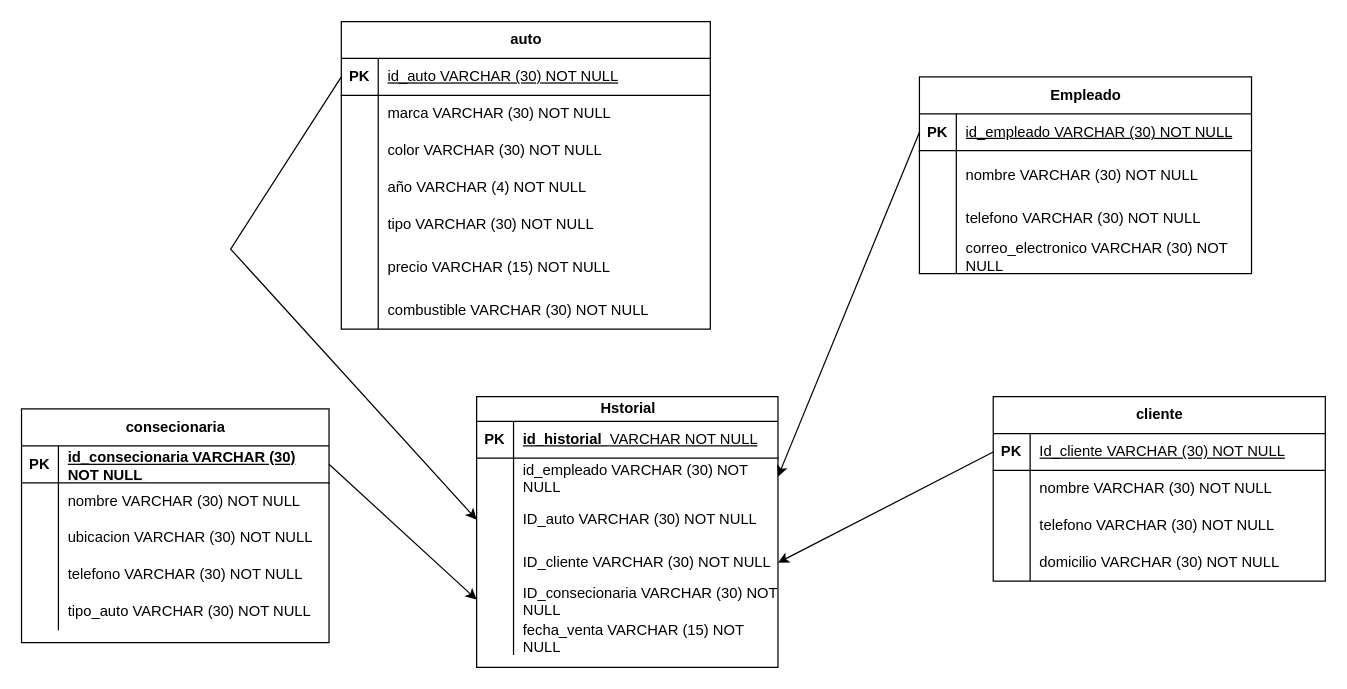
The draw.io diagram page "Página-2" (2 of 2) of diagrama/consencionaria.drawio in GerardoNR/fbd-gerardo-reyes, before the edit. Source tidied: cells renumbered, new cells numbered last; positions are measured from the earlier drawing's top-left corner, leaving out a move shared by most shapes. Both pictures are drawn from the tidied source at 123%, with x=0, y=0 at pixel (21, 21).
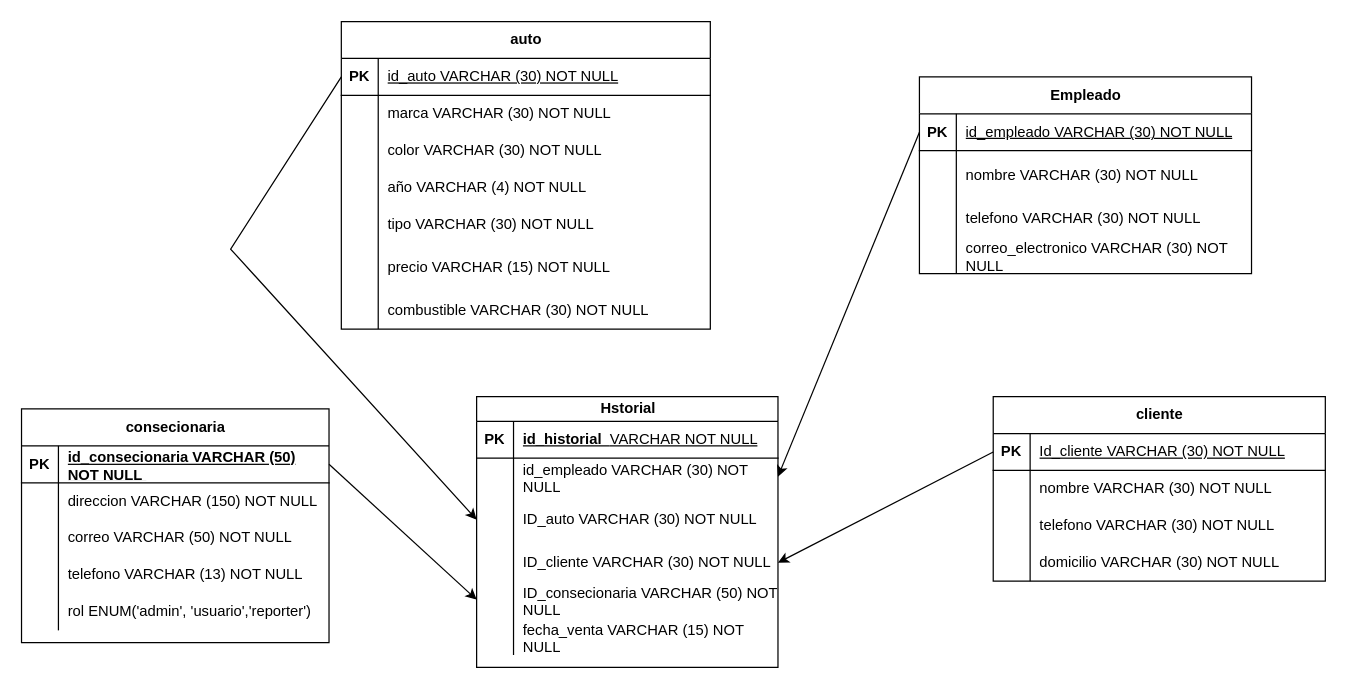
The same diagram, later.

Unchanged cells that the change refers to:
```xml
<mxCell id="63" style="shape=tableRow;horizontal=0;startSize=0;swimlaneHead=0;swimlaneBody=0;fillColor=none;points=[[0,0.5],[1,0.5]];portConstraint=eastwest;top=0;left=0;right=0;bottom=0;" parent="50" vertex="1">
  <mxGeometry y="150" width="245" height="30" as="geometry" />
</mxCell>
<mxCell id="73" style="shape=tableRow;horizontal=0;startSize=0;swimlaneHead=0;swimlaneBody=0;fillColor=none;points=[[0,0.5],[1,0.5]];portConstraint=eastwest;top=0;left=0;right=0;bottom=1;" parent="72" vertex="1">
  <mxGeometry y="30" width="250" height="30" as="geometry" />
</mxCell>
<mxCell id="76" style="shape=tableRow;horizontal=0;startSize=0;swimlaneHead=0;swimlaneBody=0;fillColor=none;top=0;left=0;right=0;bottom=0;" parent="72" vertex="1">
  <mxGeometry y="60" width="250" height="30" as="geometry" />
</mxCell>
<mxCell id="79" style="shape=tableRow;horizontal=0;startSize=0;swimlaneHead=0;swimlaneBody=0;fillColor=none;top=0;left=0;right=0;bottom=0;" parent="72" vertex="1">
  <mxGeometry y="90" width="250" height="30" as="geometry" />
</mxCell>
<mxCell id="82" style="shape=tableRow;horizontal=0;startSize=0;swimlaneHead=0;swimlaneBody=0;fillColor=none;top=0;left=0;right=0;bottom=0;" parent="72" vertex="1">
  <mxGeometry y="120" width="250" height="30" as="geometry" />
</mxCell>
<mxCell id="85" style="shape=tableRow;horizontal=0;startSize=0;swimlaneHead=0;swimlaneBody=0;fillColor=none;top=0;left=0;right=0;bottom=0;" parent="72" vertex="1">
  <mxGeometry y="150" width="250" height="30" as="geometry" />
</mxCell>
```

Change to the diagram source:
```diff
@@
-    <mxCell id="65" value="ID_consecionaria VARCHAR (30) NOT NULL" style="shape=partialRectangle;fillColor=none;top=0;left=0;bottom=0;right=0;align=left;spacingLeft=6;overflow=hidden;whiteSpace=wrap;html=1;" parent="63" vertex="1">
+    <mxCell id="65" value="ID_consecionaria VARCHAR (50) NOT NULL" style="shape=partialRectangle;fillColor=none;top=0;left=0;bottom=0;right=0;align=left;spacingLeft=6;overflow=hidden;whiteSpace=wrap;html=1;" parent="63" vertex="1">
       <mxGeometry x="30" width="215" height="30" as="geometry" />
     </mxCell>
@@
-    <mxCell id="75" value="id_consecionaria VARCHAR (30) NOT NULL&amp;nbsp;" style="shape=partialRectangle;fillColor=none;top=0;left=0;bottom=0;right=0;align=left;spacingLeft=6;fontStyle=5;overflow=hidden;whiteSpace=wrap;html=1;" parent="73" vertex="1">
+    <mxCell id="75" value="id_consecionaria VARCHAR (50) NOT NULL&amp;nbsp;" style="shape=partialRectangle;fillColor=none;top=0;left=0;bottom=0;right=0;align=left;spacingLeft=6;fontStyle=5;overflow=hidden;whiteSpace=wrap;html=1;" parent="73" vertex="1">
       <mxGeometry x="30" width="220" height="30" as="geometry" />
     </mxCell>
@@
-    <mxCell id="78" value="nombre VARCHAR (30) NOT NULL" style="shape=partialRectangle;fillColor=none;top=0;left=0;bottom=0;right=0;align=left;spacingLeft=6;overflow=hidden;whiteSpace=wrap;html=1;" parent="76" vertex="1">
+    <mxCell id="78" value="direccion VARCHAR (150) NOT NULL" style="shape=partialRectangle;fillColor=none;top=0;left=0;bottom=0;right=0;align=left;spacingLeft=6;overflow=hidden;whiteSpace=wrap;html=1;" parent="76" vertex="1">
       <mxGeometry x="30" width="220" height="30" as="geometry" />
     </mxCell>
@@
-    <mxCell id="81" value="ubicacion VARCHAR (30) NOT NULL" style="shape=partialRectangle;fillColor=none;top=0;left=0;bottom=0;right=0;align=left;spacingLeft=6;overflow=hidden;whiteSpace=wrap;html=1;" parent="79" vertex="1">
+    <mxCell id="81" value="correo VARCHAR (50) NOT NULL" style="shape=partialRectangle;fillColor=none;top=0;left=0;bottom=0;right=0;align=left;spacingLeft=6;overflow=hidden;whiteSpace=wrap;html=1;" parent="79" vertex="1">
       <mxGeometry x="30" width="220" height="30" as="geometry" />
     </mxCell>
@@
-    <mxCell id="84" value="telefono VARCHAR (30) NOT NULL" style="shape=partialRectangle;fillColor=none;top=0;left=0;bottom=0;right=0;align=left;spacingLeft=6;overflow=hidden;whiteSpace=wrap;html=1;" parent="82" vertex="1">
+    <mxCell id="84" value="telefono VARCHAR (13) NOT NULL" style="shape=partialRectangle;fillColor=none;top=0;left=0;bottom=0;right=0;align=left;spacingLeft=6;overflow=hidden;whiteSpace=wrap;html=1;" parent="82" vertex="1">
       <mxGeometry x="30" width="220" height="30" as="geometry" />
     </mxCell>
@@
-    <mxCell id="87" value="tipo_auto VARCHAR (30) NOT NULL" style="shape=partialRectangle;fillColor=none;top=0;left=0;bottom=0;right=0;align=left;spacingLeft=6;overflow=hidden;whiteSpace=wrap;html=1;" parent="85" vertex="1">
+    <mxCell id="87" value="rol&amp;nbsp;ENUM('admin', 'usuario','reporter')" style="shape=partialRectangle;fillColor=none;top=0;left=0;bottom=0;right=0;align=left;spacingLeft=6;overflow=hidden;whiteSpace=wrap;html=1;" parent="85" vertex="1">
       <mxGeometry x="30" width="220" height="30" as="geometry" />
     </mxCell>
```
